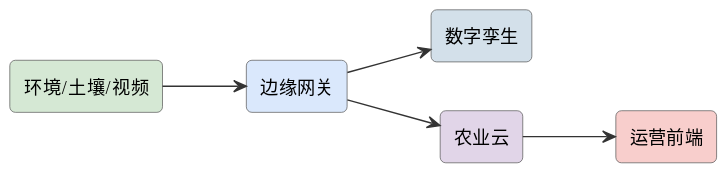
Before: assets/diagrams/ideas-fig106.svg, a diagram exported from PlantUML (mingyi0818/IntelligentMcuCourse). The source it was exported from:
```plantuml
@startuml
skinparam defaultFontName "Microsoft YaHei"
skinparam rectangleRoundCorner 8
skinparam rectangleBorderColor #555
skinparam rectangleFontSize 13
skinparam arrowFontSize 11
skinparam arrowColor #333
left to right direction
rectangle "环境/土壤/视频" as s #d5e8d4
rectangle "边缘网关" as edge #dae8fc
rectangle "数字孪生" as tw #d3e0ea
rectangle "农业云" as cloud #e1d5e8
rectangle "运营前端" as ops #f8cecc
s --> edge
edge --> tw
edge --> cloud
cloud --> ops
@enduml
```
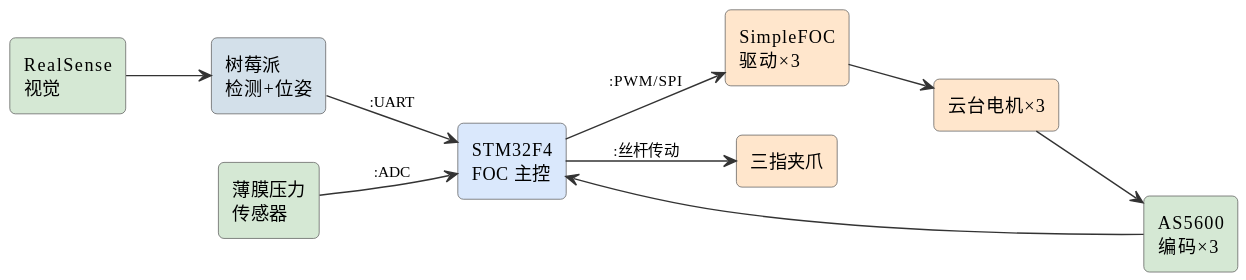
After the commit.

Diff of the diagram source:
```diff
@@ -6,13 +6,20 @@
 skinparam arrowFontSize 11
 skinparam arrowColor #333
 left to right direction
-rectangle "环境/土壤/视频" as s #d5e8d4
-rectangle "边缘网关" as edge #dae8fc
-rectangle "数字孪生" as tw #d3e0ea
-rectangle "农业云" as cloud #e1d5e8
-rectangle "运营前端" as ops #f8cecc
-s --> edge
-edge --> tw
-edge --> cloud
-cloud --> ops
+rectangle "RealSense\n视觉" as cam #d5e8d4
+rectangle "树莓派\n检测+位姿" as rpi #d3e0ea
+rectangle "STM32F4\nFOC 主控" as f4 #dae8fc
+rectangle "SimpleFOC\n驱动×3" as drv #ffe6cc
+rectangle "云台电机×3" as mot #ffe6cc
+rectangle "AS5600\n编码×3" as enc #d5e8d4
+rectangle "薄膜压力\n传感器" as fsr #d5e8d4
+rectangle "三指夹爪" as jaw #ffe6cc
+cam --> rpi
+rpi --> f4 : :UART
+f4 --> drv : :PWM/SPI
+drv --> mot
+mot --> enc
+enc --> f4
+fsr --> f4 : :ADC
+f4 --> jaw : :丝杆传动
 @enduml
```
